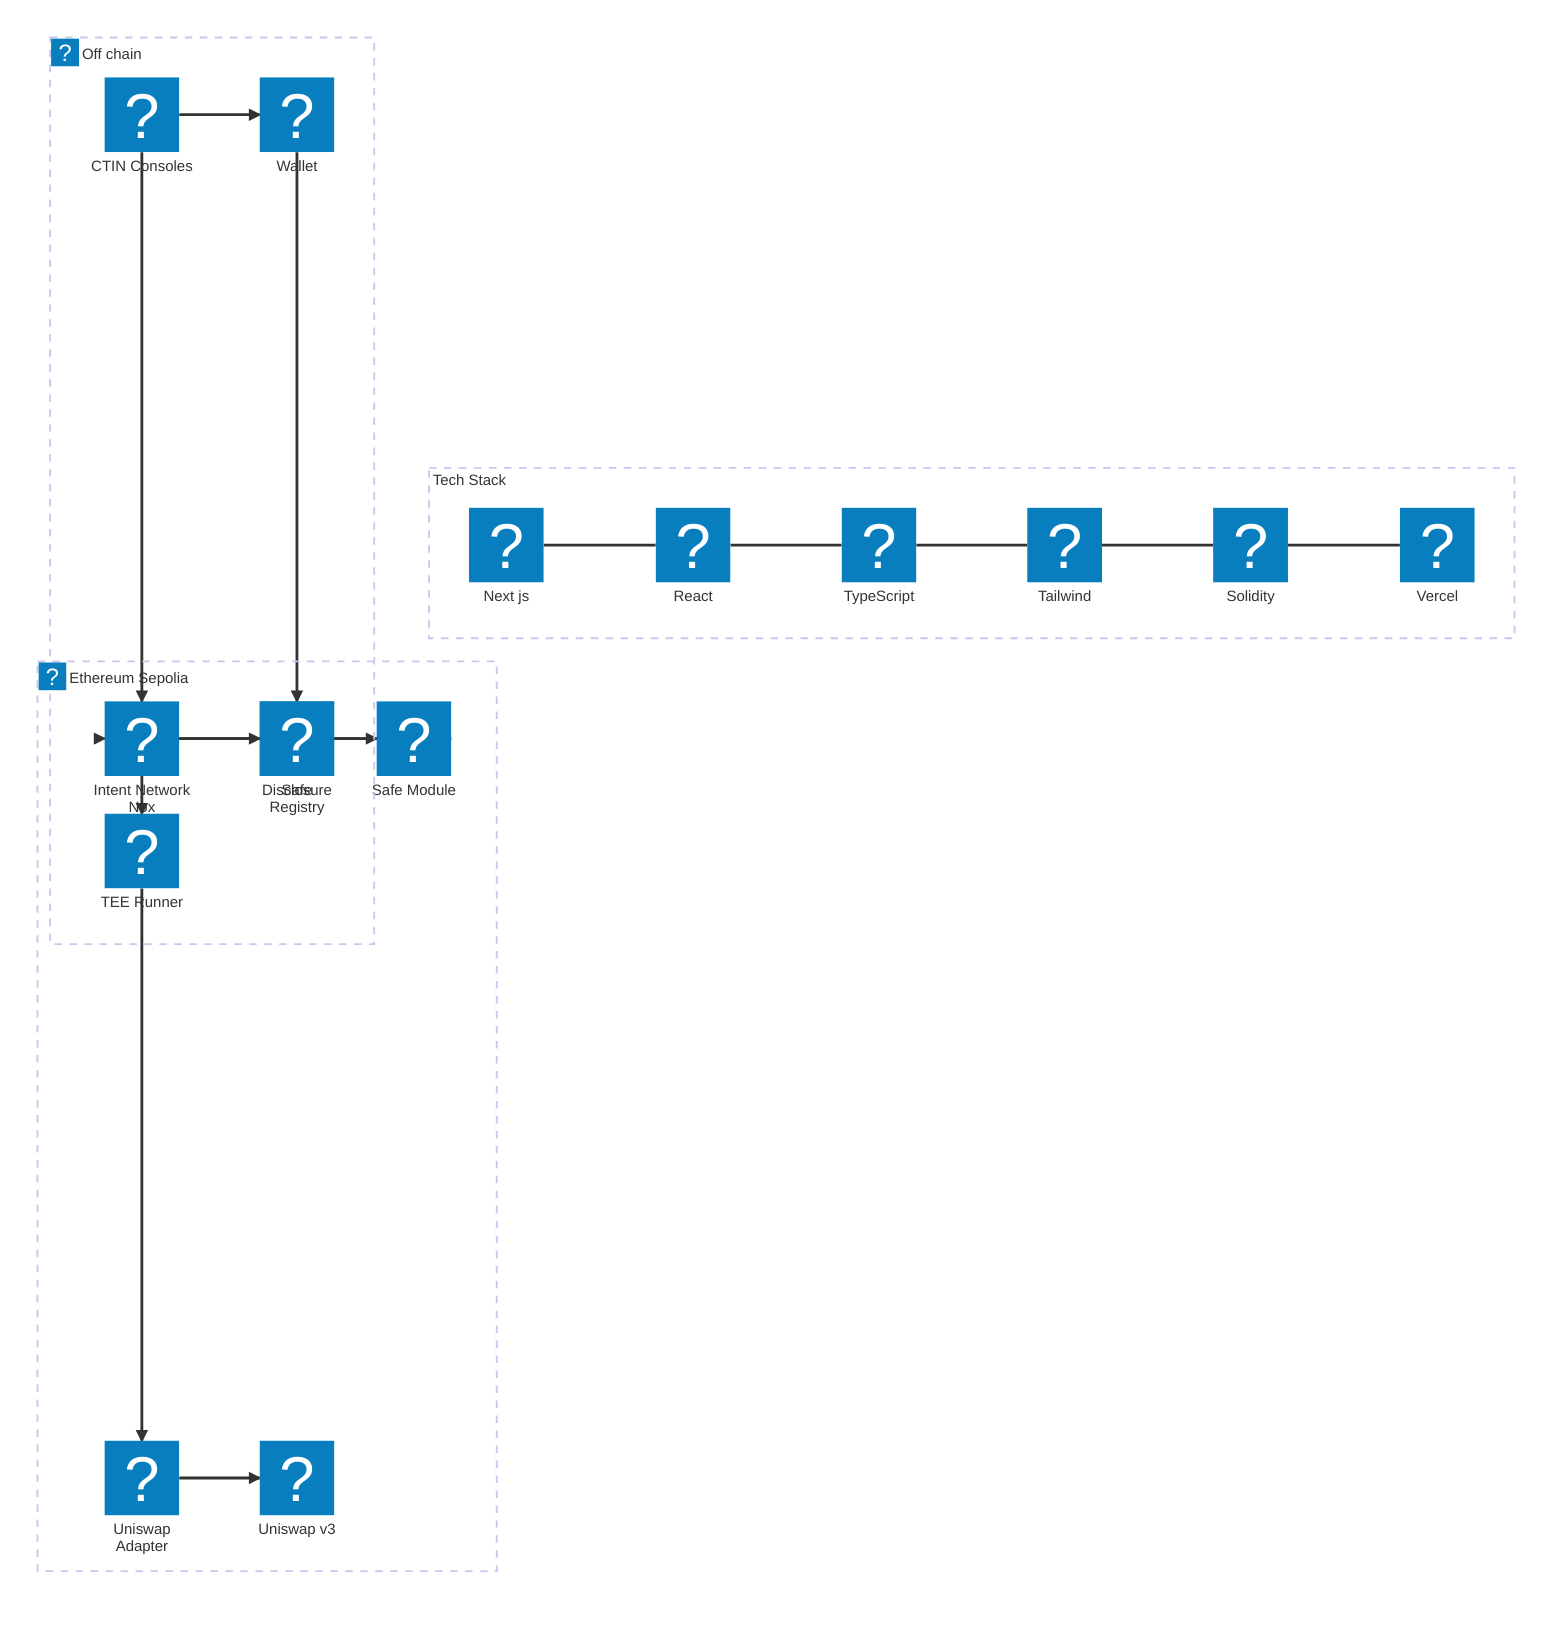
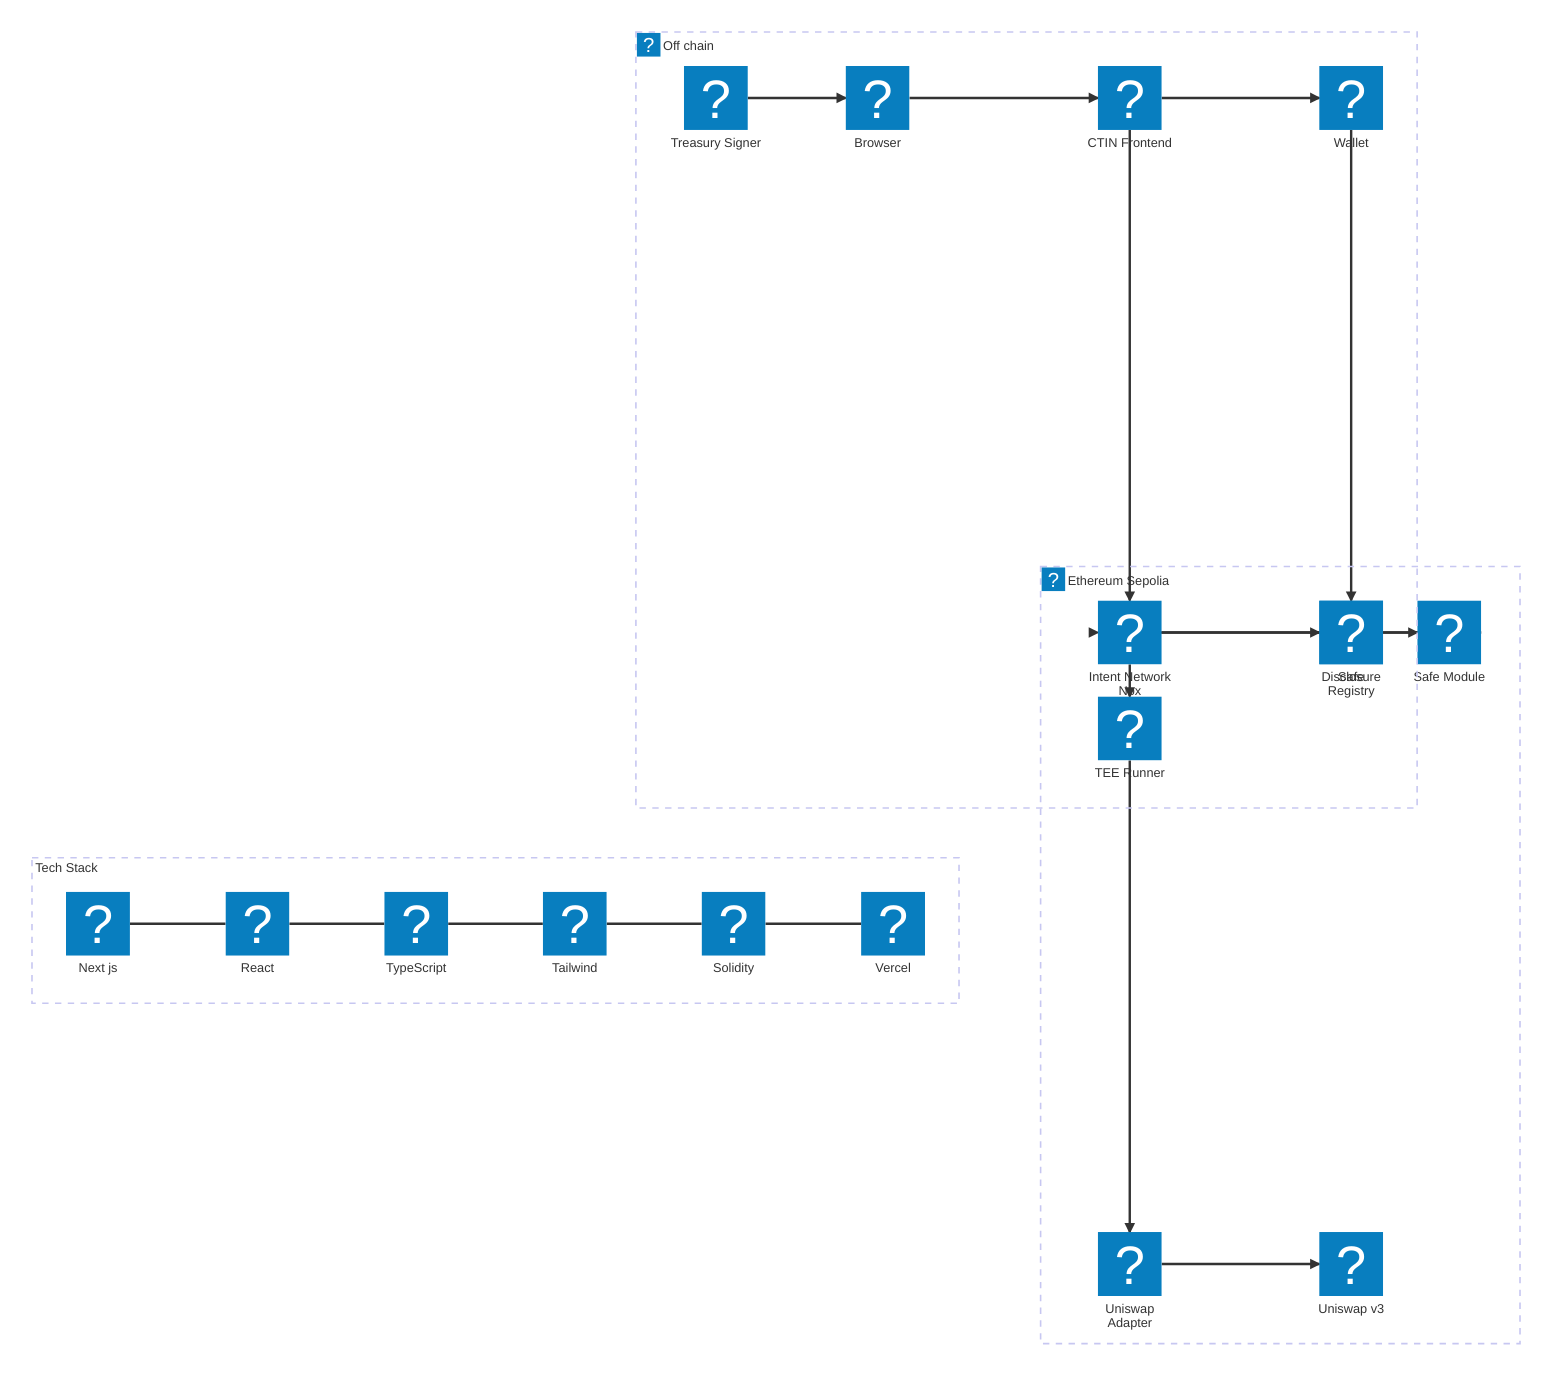
architecture-beta
    group stack[Tech Stack]
        service nextjs(logos:nextjs-icon)[Next js] in stack
        service react(logos:react)[React] in stack
        service typescript(logos:typescript-icon)[TypeScript] in stack
        service tailwind(logos:tailwindcss-icon)[Tailwind] in stack
        service solidity(logos:solidity)[Solidity] in stack
        service vercel(logos:vercel-icon)[Vercel] in stack

    nextjs:R -- L:react
    react:R -- L:typescript
    typescript:R -- L:tailwind
    tailwind:R -- L:solidity
    solidity:R -- L:vercel

    group offchain(logos:vercel-icon)[Off chain]
-         service consoles(logos:nextjs-icon)[CTIN Consoles] in offchain
+         service user(mdi:account-tie)[Treasury Signer] in offchain
+         service browser(logos:chrome)[Browser] in offchain
+         service consoles(logos:nextjs-icon)[CTIN Frontend] in offchain
        service wallet(logos:metamask-icon)[Wallet] in offchain
        service runner(logos:nodejs-icon)[TEE Runner] in offchain

    group onchain(logos:ethereum)[Ethereum Sepolia]
        service safe(logos:ethereum)[Safe] in onchain
        service module(logos:solidity)[Safe Module] in onchain
        service intents(logos:solidity)[Intent Network Nox] in onchain
        service disclosure(logos:solidity)[Disclosure Registry] in onchain
        service adapter(logos:solidity)[Uniswap Adapter] in onchain
        service uniswap(logos:ethereum)[Uniswap v3] in onchain

+     user:R --> L:browser
+     browser:R --> L:consoles
    consoles:R --> L:wallet
    consoles:B --> T:intents
    wallet:B --> T:safe
    safe:R --> L:module
    module:R --> L:intents
    intents:R --> L:disclosure
    intents:B --> T:runner
    runner:B --> T:adapter
    adapter:R --> L:uniswap
